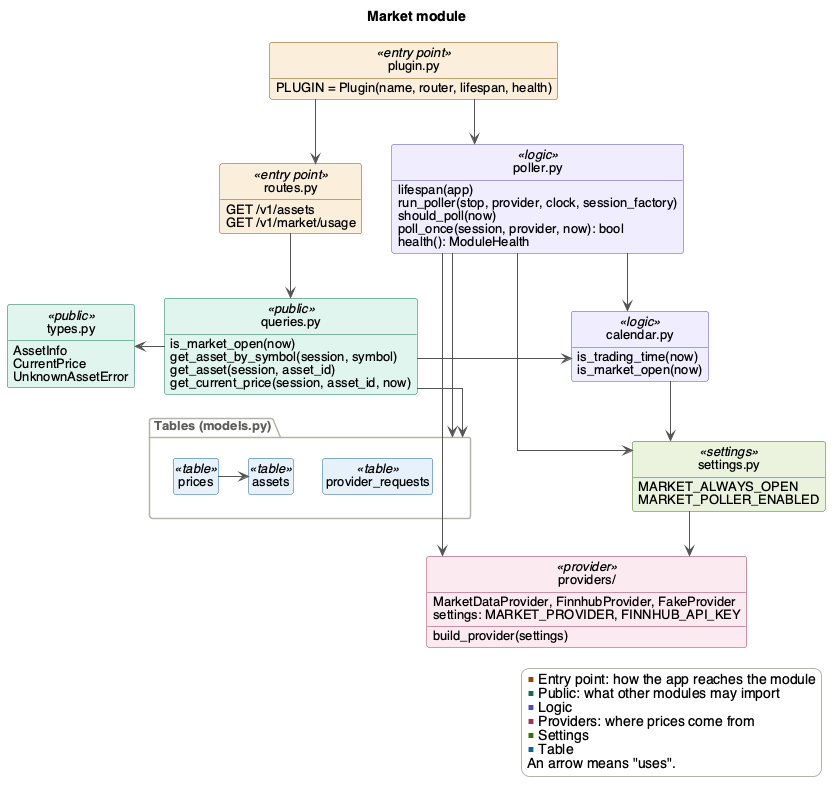
The PlantUML diagram docs/Design/SoftArchitecture/figures/market.png in davislenover/BurnNEarn, before a commit.
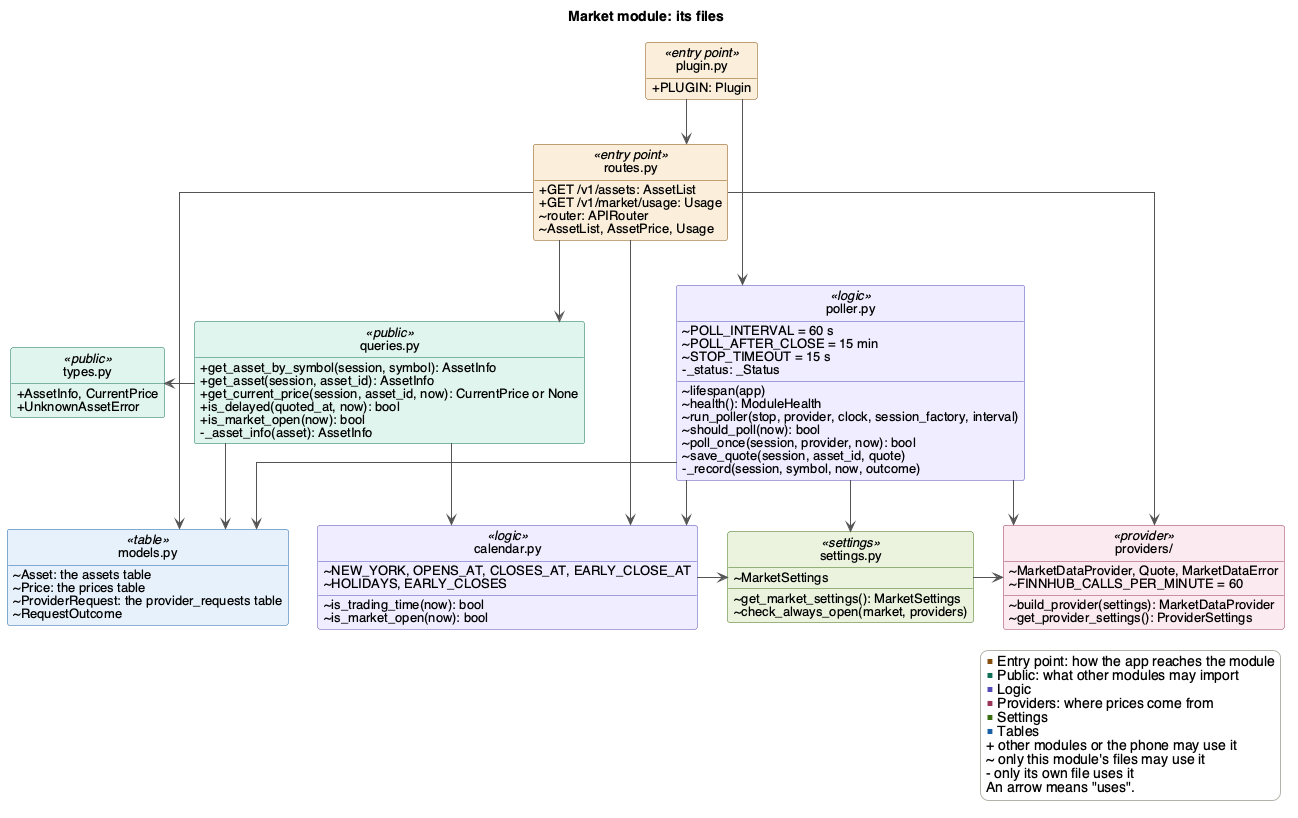
After the commit.

The edit, as a diff of the source:
```diff
@@ -1,71 +1,83 @@
 @startuml market
 !include style.iuml
-title Market module
+title Market module: its files
 
 class "plugin.py" as plugin <<entry point>> {
-  PLUGIN = Plugin(name, router, lifespan, health)
+  + PLUGIN: Plugin
 }
 class "routes.py" as routes <<entry point>> {
-  GET /v1/assets
-  GET /v1/market/usage
+  + GET /v1/assets: AssetList
+  + GET /v1/market/usage: Usage
+  ~ router: APIRouter
+  ~ AssetList, AssetPrice, Usage
 }
 
 class "queries.py" as queries <<public>> {
-  is_market_open(now)
-  get_asset_by_symbol(session, symbol)
-  get_asset(session, asset_id)
-  get_current_price(session, asset_id, now)
+  + get_asset_by_symbol(session, symbol): AssetInfo
+  + get_asset(session, asset_id): AssetInfo
+  + get_current_price(session, asset_id, now): CurrentPrice or None
+  + is_delayed(quoted_at, now): bool
+  + is_market_open(now): bool
+  - _asset_info(asset): AssetInfo
 }
 class "types.py" as types <<public>> {
-  AssetInfo
-  CurrentPrice
-  UnknownAssetError
+  + AssetInfo, CurrentPrice
+  + UnknownAssetError
 }
 
 class "poller.py" as poller <<logic>> {
-  lifespan(app)
-  run_poller(stop, provider, clock, session_factory)
-  should_poll(now)
-  poll_once(session, provider, now): bool
-  health(): ModuleHealth
+  ~ POLL_INTERVAL = 60 s
+  ~ POLL_AFTER_CLOSE = 15 min
+  ~ STOP_TIMEOUT = 15 s
+  ~ lifespan(app)
+  ~ health(): ModuleHealth
+  ~ run_poller(stop, provider, clock, session_factory, interval)
+  ~ should_poll(now): bool
+  ~ poll_once(session, provider, now): bool
+  ~ save_quote(session, asset_id, quote)
+  - _record(session, symbol, now, outcome)
+  - _status: _Status
 }
 class "calendar.py" as calendar <<logic>> {
-  is_trading_time(now)
-  is_market_open(now)
+  ~ NEW_YORK, OPENS_AT, CLOSES_AT, EARLY_CLOSE_AT
+  ~ HOLIDAYS, EARLY_CLOSES
+  ~ is_trading_time(now): bool
+  ~ is_market_open(now): bool
+}
+class "settings.py" as settings <<settings>> {
+  ~ MarketSettings
+  ~ get_market_settings(): MarketSettings
+  ~ check_always_open(market, providers)
 }
 class "providers/" as providers <<provider>> {
-  build_provider(settings)
-  MarketDataProvider, FinnhubProvider, FakeProvider
-  settings: MARKET_PROVIDER, FINNHUB_API_KEY
+  ~ build_provider(settings): MarketDataProvider
+  ~ MarketDataProvider, Quote, MarketDataError
+  ~ get_provider_settings(): ProviderSettings
+  ~ FINNHUB_CALLS_PER_MINUTE = 60
 }
-class "settings.py" as settings <<settings>> {
-  MARKET_ALWAYS_OPEN
-  MARKET_POLLER_ENABLED
-}
-
-package "Tables (models.py)" as tables {
-  class "assets" as assets <<table>>
-  class "prices" as prices <<table>>
-  class "provider_requests" as requests <<table>>
+class "models.py" as models <<table>> {
+  ~ Asset: the assets table
+  ~ Price: the prices table
+  ~ ProviderRequest: the provider_requests table
+  ~ RequestOutcome
 }
 
 plugin --> routes
 plugin --> poller
 routes --> queries
 queries -left-> types
+queries --> models
 queries --> calendar
+routes --> models
+routes --> calendar
+routes --> providers
 poller --> calendar
+poller --> models
+poller --> settings
 poller --> providers
-calendar --> settings
-poller --> settings
-settings --> providers
-queries --> tables
-poller --> tables
-prices -> assets
-
-queries -[hidden]right- calendar
-calendar -[hidden]right- providers
-settings -[hidden]left- tables
+calendar -right-> settings
+settings -right-> providers
+models -[hidden]right- calendar
 
 legend right
   <color:#854F0B>■</color> Entry point: how the app reaches the module
@@ -73,7 +85,10 @@
   <color:#534AB7>■</color> Logic
   <color:#993556>■</color> Providers: where prices come from
   <color:#3B6D11>■</color> Settings
-  <color:#185FA5>■</color> Table
+  <color:#185FA5>■</color> Tables
+  + other modules or the phone may use it
+  ~ only this module's files may use it
+  - only its own file uses it
   An arrow means "uses".
 endlegend
 @enduml
```
